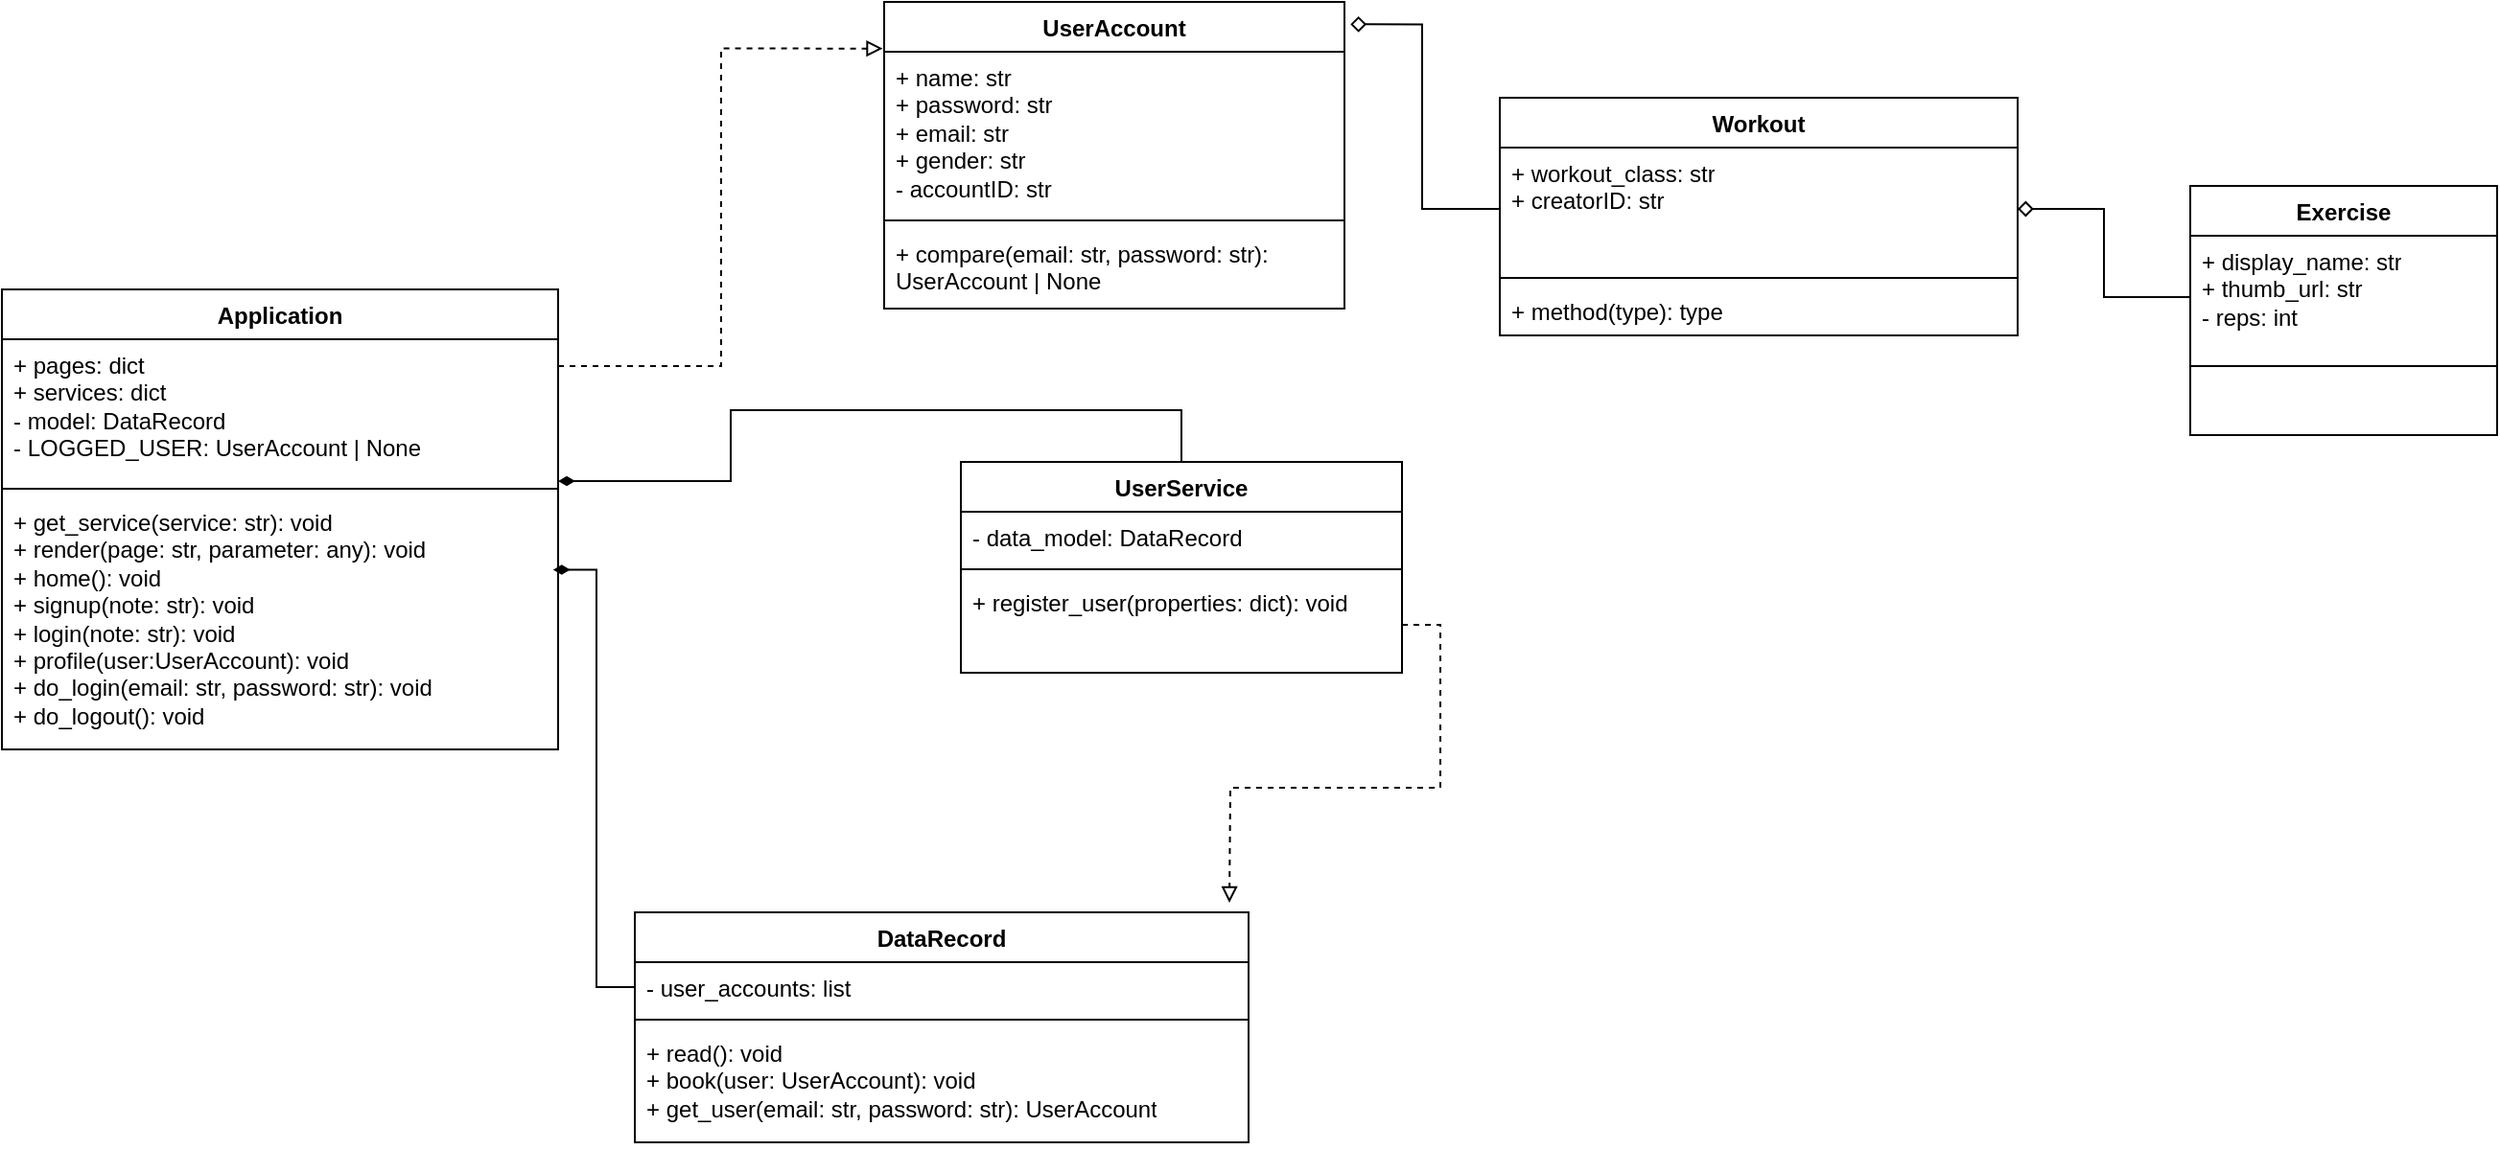
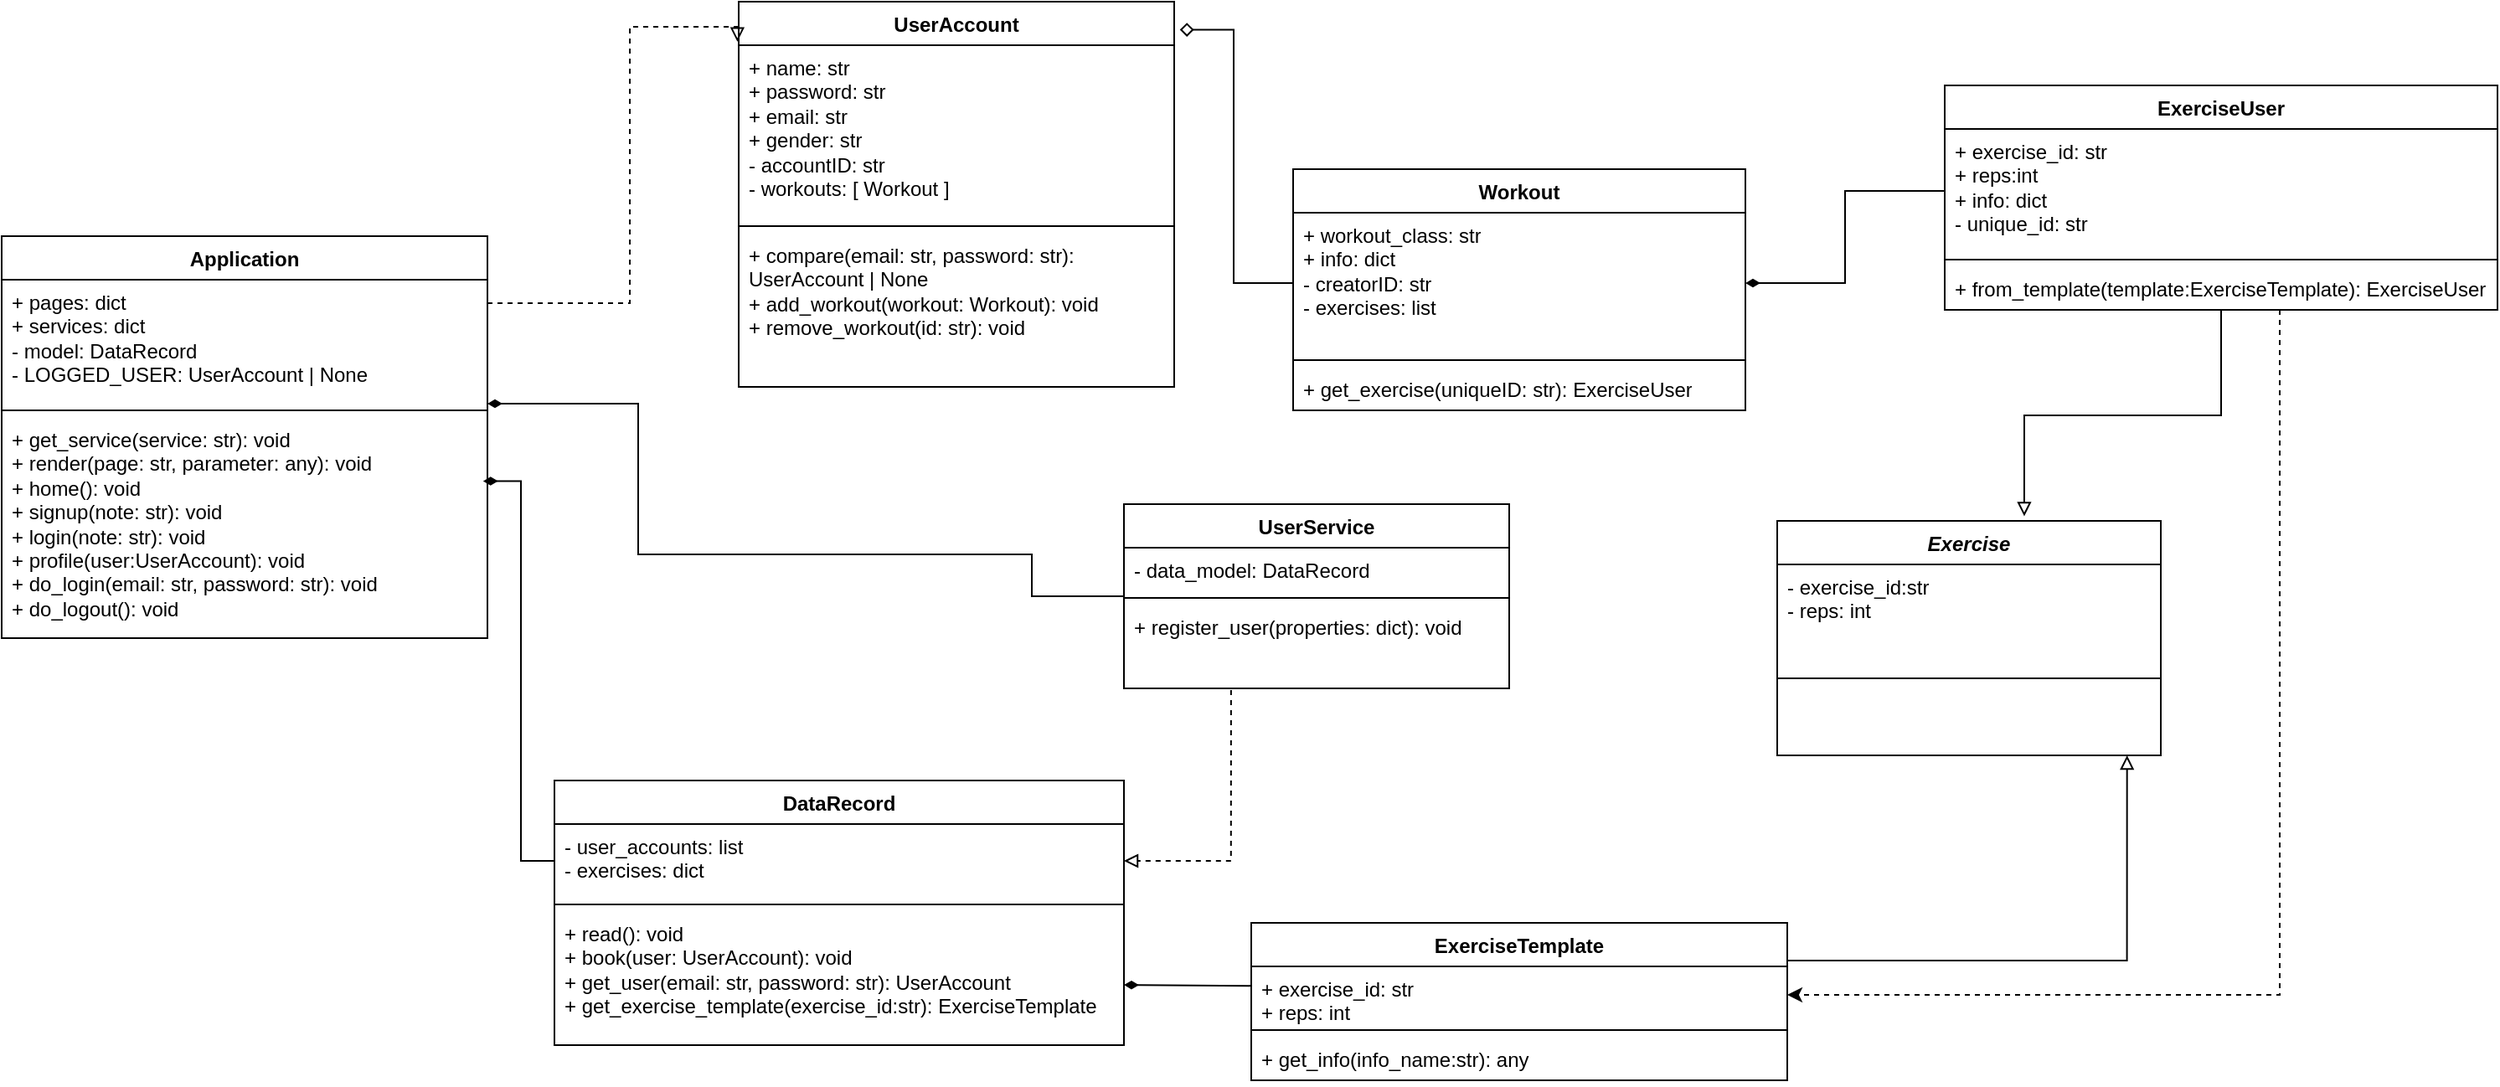
<mxfile host="app.diagrams.net">
  <diagram name="Página-1" id="aXkmDRlyMwQ2WStBM_Wp">
    <mxGraphModel dx="811" dy="446" grid="1" gridSize="10" guides="1" tooltips="1" connect="1" arrows="1" fold="1" page="1" pageScale="1" pageWidth="827" pageHeight="1169" math="0" shadow="0">
      <root>
        <mxCell id="0" />
        <mxCell id="1" parent="0" />
        <mxCell id="LYquEAZWWFnkUJzXkTmv-1" parent="1" style="swimlane;fontStyle=1;align=center;verticalAlign=top;childLayout=stackLayout;horizontal=1;startSize=26;horizontalStack=0;resizeParent=1;resizeParentMax=0;resizeLast=0;collapsible=1;marginBottom=0;whiteSpace=wrap;html=1;" value="UserAccount" vertex="1">
-           <mxGeometry height="160" width="240" x="660" y="50" as="geometry" />
+           <mxGeometry height="230" width="260" x="640" y="60" as="geometry" />
        </mxCell>
-         <mxCell id="LYquEAZWWFnkUJzXkTmv-2" parent="LYquEAZWWFnkUJzXkTmv-1" style="text;strokeColor=none;fillColor=none;align=left;verticalAlign=top;spacingLeft=4;spacingRight=4;overflow=hidden;rotatable=0;points=[[0,0.5],[1,0.5]];portConstraint=eastwest;whiteSpace=wrap;html=1;" value="+ name: str&lt;div&gt;+ password: str&lt;/div&gt;&lt;div&gt;+ email: str&lt;/div&gt;&lt;div&gt;+ gender: str&lt;/div&gt;&lt;div&gt;- accountID: str&lt;/div&gt;&lt;div&gt;&lt;br&gt;&lt;/div&gt;" vertex="1">
-           <mxGeometry height="84" width="240" y="26" as="geometry" />
+         <mxCell id="LYquEAZWWFnkUJzXkTmv-2" parent="LYquEAZWWFnkUJzXkTmv-1" style="text;strokeColor=none;fillColor=none;align=left;verticalAlign=top;spacingLeft=4;spacingRight=4;overflow=hidden;rotatable=0;points=[[0,0.5],[1,0.5]];portConstraint=eastwest;whiteSpace=wrap;html=1;" value="+ name: str&lt;div&gt;+ password: str&lt;/div&gt;&lt;div&gt;+ email: str&lt;/div&gt;&lt;div&gt;+ gender: str&lt;/div&gt;&lt;div&gt;- accountID: str&lt;/div&gt;&lt;div&gt;- workouts: [ Workout ]&lt;/div&gt;&lt;div&gt;&lt;br&gt;&lt;/div&gt;" vertex="1">
+           <mxGeometry height="104" width="260" y="26" as="geometry" />
        </mxCell>
        <mxCell id="LYquEAZWWFnkUJzXkTmv-3" parent="LYquEAZWWFnkUJzXkTmv-1" style="line;strokeWidth=1;fillColor=none;align=left;verticalAlign=middle;spacingTop=-1;spacingLeft=3;spacingRight=3;rotatable=0;labelPosition=right;points=[];portConstraint=eastwest;strokeColor=inherit;" value="" vertex="1">
-           <mxGeometry height="8" width="240" y="110" as="geometry" />
+           <mxGeometry height="8" width="260" y="130" as="geometry" />
        </mxCell>
-         <mxCell id="LYquEAZWWFnkUJzXkTmv-4" parent="LYquEAZWWFnkUJzXkTmv-1" style="text;strokeColor=none;fillColor=none;align=left;verticalAlign=top;spacingLeft=4;spacingRight=4;overflow=hidden;rotatable=0;points=[[0,0.5],[1,0.5]];portConstraint=eastwest;whiteSpace=wrap;html=1;" value="+ compare(email: str, password: str): UserAccount | None" vertex="1">
-           <mxGeometry height="42" width="240" y="118" as="geometry" />
+         <mxCell id="LYquEAZWWFnkUJzXkTmv-4" parent="LYquEAZWWFnkUJzXkTmv-1" style="text;strokeColor=none;fillColor=none;align=left;verticalAlign=top;spacingLeft=4;spacingRight=4;overflow=hidden;rotatable=0;points=[[0,0.5],[1,0.5]];portConstraint=eastwest;whiteSpace=wrap;html=1;" value="+ compare(email: str, password: str): UserAccount | None&lt;div&gt;+ add_workout(workout: Workout): void&lt;/div&gt;&lt;div&gt;+ remove_workout(id: str): void&lt;/div&gt;&lt;div&gt;&lt;br&gt;&lt;/div&gt;" vertex="1">
+           <mxGeometry height="92" width="260" y="138" as="geometry" />
        </mxCell>
        <mxCell id="LYquEAZWWFnkUJzXkTmv-5" parent="1" style="swimlane;fontStyle=1;align=center;verticalAlign=top;childLayout=stackLayout;horizontal=1;startSize=26;horizontalStack=0;resizeParent=1;resizeParentMax=0;resizeLast=0;collapsible=1;marginBottom=0;whiteSpace=wrap;html=1;" value="Application" vertex="1">
          <mxGeometry height="240" width="290" x="200" y="200" as="geometry" />
        </mxCell>
        <mxCell id="LYquEAZWWFnkUJzXkTmv-6" parent="LYquEAZWWFnkUJzXkTmv-5" style="text;strokeColor=none;fillColor=none;align=left;verticalAlign=top;spacingLeft=4;spacingRight=4;overflow=hidden;rotatable=0;points=[[0,0.5],[1,0.5]];portConstraint=eastwest;whiteSpace=wrap;html=1;" value="+ pages: dict&lt;div&gt;+ services: dict&lt;br&gt;&lt;div&gt;- model: DataRecord&lt;/div&gt;&lt;div&gt;- LOGGED_USER: UserAccount | None&lt;/div&gt;&lt;div&gt;&lt;br&gt;&lt;/div&gt;&lt;/div&gt;" vertex="1">
          <mxGeometry height="74" width="290" y="26" as="geometry" />
        </mxCell>
        <mxCell id="LYquEAZWWFnkUJzXkTmv-7" parent="LYquEAZWWFnkUJzXkTmv-5" style="line;strokeWidth=1;fillColor=none;align=left;verticalAlign=middle;spacingTop=-1;spacingLeft=3;spacingRight=3;rotatable=0;labelPosition=right;points=[];portConstraint=eastwest;strokeColor=inherit;" value="" vertex="1">
          <mxGeometry height="8" width="290" y="100" as="geometry" />
        </mxCell>
        <mxCell id="LYquEAZWWFnkUJzXkTmv-8" parent="LYquEAZWWFnkUJzXkTmv-5" style="text;strokeColor=none;fillColor=none;align=left;verticalAlign=top;spacingLeft=4;spacingRight=4;overflow=hidden;rotatable=0;points=[[0,0.5],[1,0.5]];portConstraint=eastwest;whiteSpace=wrap;html=1;" value="+ get_service(service: str): void&lt;div&gt;+ render(page: str, parameter: any): void&lt;/div&gt;&lt;div&gt;+ home(): void&lt;/div&gt;&lt;div&gt;+ signup(note: str): void&lt;/div&gt;&lt;div&gt;+ login(note: str): void&lt;/div&gt;&lt;div&gt;+ profile(user:UserAccount): void&lt;/div&gt;&lt;div&gt;+ do_login(email: str, password: str): void&lt;/div&gt;&lt;div&gt;+ do_logout(): void&lt;/div&gt;&lt;div&gt;&lt;br&gt;&lt;/div&gt;&lt;div&gt;&lt;br&gt;&lt;/div&gt;" vertex="1">
          <mxGeometry height="132" width="290" y="108" as="geometry" />
        </mxCell>
        <mxCell id="LYquEAZWWFnkUJzXkTmv-9" parent="1" style="swimlane;fontStyle=1;align=center;verticalAlign=top;childLayout=stackLayout;horizontal=1;startSize=26;horizontalStack=0;resizeParent=1;resizeParentMax=0;resizeLast=0;collapsible=1;marginBottom=0;whiteSpace=wrap;html=1;" value="UserService" vertex="1">
-           <mxGeometry height="110" width="230" x="700" y="290" as="geometry" />
+           <mxGeometry height="110" width="230" x="870" y="360" as="geometry" />
        </mxCell>
        <mxCell id="LYquEAZWWFnkUJzXkTmv-10" parent="LYquEAZWWFnkUJzXkTmv-9" style="text;strokeColor=none;fillColor=none;align=left;verticalAlign=top;spacingLeft=4;spacingRight=4;overflow=hidden;rotatable=0;points=[[0,0.5],[1,0.5]];portConstraint=eastwest;whiteSpace=wrap;html=1;" value="- data_model: DataRecord" vertex="1">
          <mxGeometry height="26" width="230" y="26" as="geometry" />
        </mxCell>
        <mxCell id="LYquEAZWWFnkUJzXkTmv-11" parent="LYquEAZWWFnkUJzXkTmv-9" style="line;strokeWidth=1;fillColor=none;align=left;verticalAlign=middle;spacingTop=-1;spacingLeft=3;spacingRight=3;rotatable=0;labelPosition=right;points=[];portConstraint=eastwest;strokeColor=inherit;" value="" vertex="1">
          <mxGeometry height="8" width="230" y="52" as="geometry" />
        </mxCell>
-         <mxCell id="LYquEAZWWFnkUJzXkTmv-25" edge="1" parent="LYquEAZWWFnkUJzXkTmv-9" source="LYquEAZWWFnkUJzXkTmv-12" style="edgeStyle=orthogonalEdgeStyle;rounded=0;orthogonalLoop=1;jettySize=auto;html=1;dashed=1;endArrow=block;endFill=0;">
-           <mxGeometry relative="1" as="geometry">
-             <mxPoint x="140" y="230" as="targetPoint" />
-           </mxGeometry>
-         </mxCell>
        <mxCell id="LYquEAZWWFnkUJzXkTmv-12" parent="LYquEAZWWFnkUJzXkTmv-9" style="text;strokeColor=none;fillColor=none;align=left;verticalAlign=top;spacingLeft=4;spacingRight=4;overflow=hidden;rotatable=0;points=[[0,0.5],[1,0.5]];portConstraint=eastwest;whiteSpace=wrap;html=1;" value="+ register_user(properties: dict): void" vertex="1">
          <mxGeometry height="50" width="230" y="60" as="geometry" />
        </mxCell>
        <mxCell id="LYquEAZWWFnkUJzXkTmv-13" parent="1" style="swimlane;fontStyle=1;align=center;verticalAlign=top;childLayout=stackLayout;horizontal=1;startSize=26;horizontalStack=0;resizeParent=1;resizeParentMax=0;resizeLast=0;collapsible=1;marginBottom=0;whiteSpace=wrap;html=1;" value="DataRecord" vertex="1">
-           <mxGeometry height="120" width="320" x="530" y="525" as="geometry" />
+           <mxGeometry height="158" width="340" x="530" y="525" as="geometry" />
        </mxCell>
-         <mxCell id="LYquEAZWWFnkUJzXkTmv-14" parent="LYquEAZWWFnkUJzXkTmv-13" style="text;strokeColor=none;fillColor=none;align=left;verticalAlign=top;spacingLeft=4;spacingRight=4;overflow=hidden;rotatable=0;points=[[0,0.5],[1,0.5]];portConstraint=eastwest;whiteSpace=wrap;html=1;" value="- user_accounts: list" vertex="1">
-           <mxGeometry height="26" width="320" y="26" as="geometry" />
+         <mxCell id="LYquEAZWWFnkUJzXkTmv-14" parent="LYquEAZWWFnkUJzXkTmv-13" style="text;strokeColor=none;fillColor=none;align=left;verticalAlign=top;spacingLeft=4;spacingRight=4;overflow=hidden;rotatable=0;points=[[0,0.5],[1,0.5]];portConstraint=eastwest;whiteSpace=wrap;html=1;" value="- user_accounts: list&lt;div&gt;- exercises: dict&lt;/div&gt;" vertex="1">
+           <mxGeometry height="44" width="340" y="26" as="geometry" />
        </mxCell>
        <mxCell id="LYquEAZWWFnkUJzXkTmv-15" parent="LYquEAZWWFnkUJzXkTmv-13" style="line;strokeWidth=1;fillColor=none;align=left;verticalAlign=middle;spacingTop=-1;spacingLeft=3;spacingRight=3;rotatable=0;labelPosition=right;points=[];portConstraint=eastwest;strokeColor=inherit;" value="" vertex="1">
-           <mxGeometry height="8" width="320" y="52" as="geometry" />
+           <mxGeometry height="8" width="340" y="70" as="geometry" />
        </mxCell>
-         <mxCell id="LYquEAZWWFnkUJzXkTmv-16" parent="LYquEAZWWFnkUJzXkTmv-13" style="text;strokeColor=none;fillColor=none;align=left;verticalAlign=top;spacingLeft=4;spacingRight=4;overflow=hidden;rotatable=0;points=[[0,0.5],[1,0.5]];portConstraint=eastwest;whiteSpace=wrap;html=1;" value="+ read(): void&lt;div&gt;+ book(user: UserAccount): void&lt;/div&gt;&lt;div&gt;+ get_user(email: str, password: str): UserAccount&lt;/div&gt;" vertex="1">
-           <mxGeometry height="60" width="320" y="60" as="geometry" />
+         <mxCell id="LYquEAZWWFnkUJzXkTmv-16" parent="LYquEAZWWFnkUJzXkTmv-13" style="text;strokeColor=none;fillColor=none;align=left;verticalAlign=top;spacingLeft=4;spacingRight=4;overflow=hidden;rotatable=0;points=[[0,0.5],[1,0.5]];portConstraint=eastwest;whiteSpace=wrap;html=1;" value="+ read(): void&lt;div&gt;+ book(user: UserAccount): void&lt;/div&gt;&lt;div&gt;+ get_user(email: str, password: str): UserAccount&lt;/div&gt;&lt;div&gt;+ get_exercise_template(exercise_id:str): ExerciseTemplate&lt;/div&gt;" vertex="1">
+           <mxGeometry height="80" width="340" y="78" as="geometry" />
        </mxCell>
        <mxCell id="LYquEAZWWFnkUJzXkTmv-19" edge="1" parent="1" source="LYquEAZWWFnkUJzXkTmv-14" style="edgeStyle=orthogonalEdgeStyle;rounded=0;orthogonalLoop=1;jettySize=auto;html=1;entryX=0.991;entryY=0.29;entryDx=0;entryDy=0;entryPerimeter=0;endArrow=diamondThin;endFill=1;" target="LYquEAZWWFnkUJzXkTmv-8">
          <mxGeometry relative="1" as="geometry" />
        </mxCell>
-         <mxCell id="LYquEAZWWFnkUJzXkTmv-20" edge="1" parent="1" source="LYquEAZWWFnkUJzXkTmv-9" style="edgeStyle=orthogonalEdgeStyle;rounded=0;orthogonalLoop=1;jettySize=auto;html=1;endArrow=diamondThin;endFill=1;" target="LYquEAZWWFnkUJzXkTmv-6">
+         <mxCell id="LYquEAZWWFnkUJzXkTmv-20" edge="1" parent="1" style="edgeStyle=orthogonalEdgeStyle;rounded=0;orthogonalLoop=1;jettySize=auto;html=1;endArrow=diamondThin;endFill=1;">
          <mxGeometry relative="1" as="geometry">
            <Array as="points">
-               <mxPoint x="815" y="263" />
-               <mxPoint x="580" y="263" />
+               <mxPoint x="815" y="415" />
+               <mxPoint x="815" y="390" />
+               <mxPoint x="580" y="390" />
              <mxPoint x="580" y="300" />
            </Array>
+             <mxPoint x="870" y="415" as="sourcePoint" />
+             <mxPoint x="490" y="300" as="targetPoint" />
          </mxGeometry>
        </mxCell>
        <mxCell id="LYquEAZWWFnkUJzXkTmv-21" edge="1" parent="1" source="LYquEAZWWFnkUJzXkTmv-6" style="edgeStyle=orthogonalEdgeStyle;rounded=0;orthogonalLoop=1;jettySize=auto;html=1;entryX=-0.003;entryY=-0.02;entryDx=0;entryDy=0;entryPerimeter=0;endArrow=block;endFill=0;dashed=1;" target="LYquEAZWWFnkUJzXkTmv-2">
          <mxGeometry relative="1" as="geometry">
            <Array as="points">
              <mxPoint x="575" y="240" />
              <mxPoint x="575" y="75" />
            </Array>
          </mxGeometry>
        </mxCell>
        <mxCell id="pA-n8ix1HD8S972a-Xrt-1" parent="1" style="swimlane;fontStyle=1;align=center;verticalAlign=top;childLayout=stackLayout;horizontal=1;startSize=26;horizontalStack=0;resizeParent=1;resizeParentMax=0;resizeLast=0;collapsible=1;marginBottom=0;whiteSpace=wrap;html=1;" value="Workout" vertex="1">
-           <mxGeometry height="124" width="270" x="981" y="100" as="geometry">
+           <mxGeometry height="144" width="270" x="971" y="160" as="geometry">
            <mxRectangle height="30" width="80" x="1040" y="260" as="alternateBounds" />
          </mxGeometry>
        </mxCell>
-         <mxCell id="pA-n8ix1HD8S972a-Xrt-2" parent="pA-n8ix1HD8S972a-Xrt-1" style="text;strokeColor=none;fillColor=none;align=left;verticalAlign=top;spacingLeft=4;spacingRight=4;overflow=hidden;rotatable=0;points=[[0,0.5],[1,0.5]];portConstraint=eastwest;whiteSpace=wrap;html=1;" value="+ workout_class: str&lt;div&gt;+ creatorID: str&lt;/div&gt;&lt;div&gt;&lt;br&gt;&lt;/div&gt;" vertex="1">
-           <mxGeometry height="64" width="270" y="26" as="geometry" />
+         <mxCell id="pA-n8ix1HD8S972a-Xrt-2" parent="pA-n8ix1HD8S972a-Xrt-1" style="text;strokeColor=none;fillColor=none;align=left;verticalAlign=top;spacingLeft=4;spacingRight=4;overflow=hidden;rotatable=0;points=[[0,0.5],[1,0.5]];portConstraint=eastwest;whiteSpace=wrap;html=1;" value="+ workout_class: str&lt;div&gt;+ info: dict&lt;br&gt;&lt;div&gt;- creatorID: str&lt;/div&gt;&lt;div&gt;- exercises: list&lt;/div&gt;&lt;div&gt;&lt;br&gt;&lt;/div&gt;&lt;div&gt;&lt;br&gt;&lt;/div&gt;&lt;div&gt;&lt;br&gt;&lt;/div&gt;&lt;/div&gt;" vertex="1">
+           <mxGeometry height="84" width="270" y="26" as="geometry" />
        </mxCell>
        <mxCell id="pA-n8ix1HD8S972a-Xrt-3" parent="pA-n8ix1HD8S972a-Xrt-1" style="line;strokeWidth=1;fillColor=none;align=left;verticalAlign=middle;spacingTop=-1;spacingLeft=3;spacingRight=3;rotatable=0;labelPosition=right;points=[];portConstraint=eastwest;strokeColor=inherit;" value="" vertex="1">
-           <mxGeometry height="8" width="270" y="90" as="geometry" />
+           <mxGeometry height="8" width="270" y="110" as="geometry" />
        </mxCell>
-         <mxCell id="pA-n8ix1HD8S972a-Xrt-4" parent="pA-n8ix1HD8S972a-Xrt-1" style="text;strokeColor=none;fillColor=none;align=left;verticalAlign=top;spacingLeft=4;spacingRight=4;overflow=hidden;rotatable=0;points=[[0,0.5],[1,0.5]];portConstraint=eastwest;whiteSpace=wrap;html=1;" value="+ method(type): type" vertex="1">
-           <mxGeometry height="26" width="270" y="98" as="geometry" />
+         <mxCell id="pA-n8ix1HD8S972a-Xrt-4" parent="pA-n8ix1HD8S972a-Xrt-1" style="text;strokeColor=none;fillColor=none;align=left;verticalAlign=top;spacingLeft=4;spacingRight=4;overflow=hidden;rotatable=0;points=[[0,0.5],[1,0.5]];portConstraint=eastwest;whiteSpace=wrap;html=1;" value="&lt;div&gt;+ get_exercise(uniqueID: str): ExerciseUser&lt;/div&gt;&lt;div&gt;&lt;br&gt;&lt;/div&gt;" vertex="1">
+           <mxGeometry height="26" width="270" y="118" as="geometry" />
        </mxCell>
-         <mxCell id="hraiiG_zy1ABE3OvXf_5-1" parent="1" style="swimlane;fontStyle=1;align=center;verticalAlign=top;childLayout=stackLayout;horizontal=1;startSize=26;horizontalStack=0;resizeParent=1;resizeParentMax=0;resizeLast=0;collapsible=1;marginBottom=0;whiteSpace=wrap;html=1;" value="Exercise" vertex="1">
-           <mxGeometry height="130" width="160" x="1341" y="146" as="geometry" />
+         <mxCell id="hraiiG_zy1ABE3OvXf_5-1" parent="1" style="swimlane;fontStyle=1;align=center;verticalAlign=top;childLayout=stackLayout;horizontal=1;startSize=26;horizontalStack=0;resizeParent=1;resizeParentMax=0;resizeLast=0;collapsible=1;marginBottom=0;whiteSpace=wrap;html=1;" value="&lt;i&gt;Exercise&lt;/i&gt;" vertex="1">
+           <mxGeometry height="140" width="229" x="1260" y="370" as="geometry" />
        </mxCell>
-         <mxCell id="hraiiG_zy1ABE3OvXf_5-2" parent="hraiiG_zy1ABE3OvXf_5-1" style="text;strokeColor=none;fillColor=none;align=left;verticalAlign=top;spacingLeft=4;spacingRight=4;overflow=hidden;rotatable=0;points=[[0,0.5],[1,0.5]];portConstraint=eastwest;whiteSpace=wrap;html=1;" value="+ display_name: str&lt;div&gt;+ thumb_url: str&lt;/div&gt;&lt;div&gt;- reps: int&lt;/div&gt;&lt;div&gt;&lt;br&gt;&lt;/div&gt;&lt;div&gt;&lt;br&gt;&lt;/div&gt;" vertex="1">
-           <mxGeometry height="64" width="160" y="26" as="geometry" />
+         <mxCell id="hraiiG_zy1ABE3OvXf_5-2" parent="hraiiG_zy1ABE3OvXf_5-1" style="text;strokeColor=none;fillColor=none;align=left;verticalAlign=top;spacingLeft=4;spacingRight=4;overflow=hidden;rotatable=0;points=[[0,0.5],[1,0.5]];portConstraint=eastwest;whiteSpace=wrap;html=1;" value="- exercise_id:str&lt;br&gt;&lt;div&gt;- reps: int&lt;/div&gt;&lt;div&gt;&lt;br&gt;&lt;/div&gt;&lt;div&gt;&lt;br&gt;&lt;/div&gt;" vertex="1">
+           <mxGeometry height="64" width="229" y="26" as="geometry" />
        </mxCell>
        <mxCell id="hraiiG_zy1ABE3OvXf_5-3" parent="hraiiG_zy1ABE3OvXf_5-1" style="line;strokeWidth=1;fillColor=none;align=left;verticalAlign=middle;spacingTop=-1;spacingLeft=3;spacingRight=3;rotatable=0;labelPosition=right;points=[];portConstraint=eastwest;strokeColor=inherit;" value="" vertex="1">
-           <mxGeometry height="8" width="160" y="90" as="geometry" />
+           <mxGeometry height="8" width="229" y="90" as="geometry" />
        </mxCell>
        <mxCell id="hraiiG_zy1ABE3OvXf_5-4" parent="hraiiG_zy1ABE3OvXf_5-1" style="text;strokeColor=none;fillColor=none;align=left;verticalAlign=top;spacingLeft=4;spacingRight=4;overflow=hidden;rotatable=0;points=[[0,0.5],[1,0.5]];portConstraint=eastwest;whiteSpace=wrap;html=1;" value="&lt;div&gt;&lt;br&gt;&lt;/div&gt;&lt;div&gt;&lt;br&gt;&lt;/div&gt;" vertex="1">
-           <mxGeometry height="32" width="160" y="98" as="geometry" />
-         </mxCell>
-         <mxCell id="hraiiG_zy1ABE3OvXf_5-5" edge="1" parent="1" source="hraiiG_zy1ABE3OvXf_5-2" style="edgeStyle=orthogonalEdgeStyle;rounded=0;orthogonalLoop=1;jettySize=auto;html=1;entryX=1;entryY=0.5;entryDx=0;entryDy=0;endArrow=diamond;endFill=0;" target="pA-n8ix1HD8S972a-Xrt-2">
-           <mxGeometry relative="1" as="geometry" />
+           <mxGeometry height="42" width="229" y="98" as="geometry" />
        </mxCell>
        <mxCell id="hraiiG_zy1ABE3OvXf_5-6" edge="1" parent="1" source="pA-n8ix1HD8S972a-Xrt-2" style="edgeStyle=orthogonalEdgeStyle;rounded=0;orthogonalLoop=1;jettySize=auto;html=1;entryX=1.013;entryY=0.073;entryDx=0;entryDy=0;entryPerimeter=0;endArrow=diamond;endFill=0;" target="LYquEAZWWFnkUJzXkTmv-1">
          <mxGeometry relative="1" as="geometry" />
+         </mxCell>
+         <mxCell id="LYquEAZWWFnkUJzXkTmv-25" edge="1" parent="1" source="LYquEAZWWFnkUJzXkTmv-12" style="edgeStyle=orthogonalEdgeStyle;rounded=0;orthogonalLoop=1;jettySize=auto;html=1;dashed=1;endArrow=block;endFill=0;entryX=1;entryY=0.5;entryDx=0;entryDy=0;exitX=0.278;exitY=1.02;exitDx=0;exitDy=0;exitPerimeter=0;" target="LYquEAZWWFnkUJzXkTmv-14">
+           <mxGeometry relative="1" as="geometry">
+             <mxPoint x="1010" y="590" as="targetPoint" />
+           </mxGeometry>
+         </mxCell>
+         <mxCell id="IxqdElt4uBOisORJM7L0-9" edge="1" parent="1" source="IxqdElt4uBOisORJM7L0-5" style="edgeStyle=orthogonalEdgeStyle;rounded=0;orthogonalLoop=1;jettySize=auto;html=1;entryX=0.644;entryY=-0.02;entryDx=0;entryDy=0;endArrow=block;endFill=0;entryPerimeter=0;" target="hraiiG_zy1ABE3OvXf_5-1">
+           <mxGeometry relative="1" as="geometry" />
+         </mxCell>
+         <mxCell id="x-YDw1Wd8tnh3xzecrl7-1" edge="1" parent="1" source="IxqdElt4uBOisORJM7L0-5" style="edgeStyle=orthogonalEdgeStyle;rounded=0;orthogonalLoop=1;jettySize=auto;html=1;dashed=1;entryX=1;entryY=0.5;entryDx=0;entryDy=0;" target="cOMM9fWELAClXqJDvUJv-4">
+           <mxGeometry relative="1" as="geometry">
+             <Array as="points">
+               <mxPoint x="1560" y="653" />
+             </Array>
+             <mxPoint x="1290" y="660" as="targetPoint" />
+           </mxGeometry>
+         </mxCell>
+         <mxCell id="IxqdElt4uBOisORJM7L0-5" parent="1" style="swimlane;fontStyle=1;align=center;verticalAlign=top;childLayout=stackLayout;horizontal=1;startSize=26;horizontalStack=0;resizeParent=1;resizeParentMax=0;resizeLast=0;collapsible=1;marginBottom=0;whiteSpace=wrap;html=1;" value="&lt;div&gt;ExerciseUser&lt;/div&gt;" vertex="1">
+           <mxGeometry height="134" width="330" x="1360" y="110" as="geometry" />
+         </mxCell>
+         <mxCell id="IxqdElt4uBOisORJM7L0-6" parent="IxqdElt4uBOisORJM7L0-5" style="text;strokeColor=none;fillColor=none;align=left;verticalAlign=top;spacingLeft=4;spacingRight=4;overflow=hidden;rotatable=0;points=[[0,0.5],[1,0.5]];portConstraint=eastwest;whiteSpace=wrap;html=1;" value="+ exercise_id: str&lt;div&gt;+ reps:int&lt;/div&gt;&lt;div&gt;+ info: dict&lt;/div&gt;&lt;div&gt;- unique_id: str&lt;/div&gt;" vertex="1">
+           <mxGeometry height="74" width="330" y="26" as="geometry" />
+         </mxCell>
+         <mxCell id="IxqdElt4uBOisORJM7L0-7" parent="IxqdElt4uBOisORJM7L0-5" style="line;strokeWidth=1;fillColor=none;align=left;verticalAlign=middle;spacingTop=-1;spacingLeft=3;spacingRight=3;rotatable=0;labelPosition=right;points=[];portConstraint=eastwest;strokeColor=inherit;" value="" vertex="1">
+           <mxGeometry height="8" width="330" y="100" as="geometry" />
+         </mxCell>
+         <mxCell id="IxqdElt4uBOisORJM7L0-8" parent="IxqdElt4uBOisORJM7L0-5" style="text;strokeColor=none;fillColor=none;align=left;verticalAlign=top;spacingLeft=4;spacingRight=4;overflow=hidden;rotatable=0;points=[[0,0.5],[1,0.5]];portConstraint=eastwest;whiteSpace=wrap;html=1;" value="+ from_template(template:ExerciseTemplate): ExerciseUser" vertex="1">
+           <mxGeometry height="26" width="330" y="108" as="geometry" />
+         </mxCell>
+         <mxCell id="IxqdElt4uBOisORJM7L0-11" edge="1" parent="1" source="IxqdElt4uBOisORJM7L0-6" style="edgeStyle=orthogonalEdgeStyle;rounded=0;orthogonalLoop=1;jettySize=auto;html=1;entryX=1;entryY=0.5;entryDx=0;entryDy=0;endArrow=diamondThin;endFill=1;" target="pA-n8ix1HD8S972a-Xrt-2">
+           <mxGeometry relative="1" as="geometry" />
+         </mxCell>
+         <mxCell id="cOMM9fWELAClXqJDvUJv-7" edge="1" parent="1" source="cOMM9fWELAClXqJDvUJv-4" style="edgeStyle=orthogonalEdgeStyle;rounded=0;orthogonalLoop=1;jettySize=auto;html=1;exitX=0;exitY=0.34;exitDx=0;exitDy=0;endArrow=diamondThin;endFill=1;entryX=1.004;entryY=0.589;entryDx=0;entryDy=0;entryPerimeter=0;exitPerimeter=0;">
+           <mxGeometry relative="1" as="geometry">
+             <Array as="points">
+               <mxPoint x="945" y="648" />
+             </Array>
+             <mxPoint x="944.64" y="649.9400000000002" as="sourcePoint" />
+             <mxPoint x="869.9999999999999" y="647.0600000000001" as="targetPoint" />
+           </mxGeometry>
+         </mxCell>
+         <mxCell id="cOMM9fWELAClXqJDvUJv-8" edge="1" parent="1" source="cOMM9fWELAClXqJDvUJv-4" style="edgeStyle=orthogonalEdgeStyle;rounded=0;orthogonalLoop=1;jettySize=auto;html=1;exitX=0.996;exitY=-0.103;exitDx=0;exitDy=0;exitPerimeter=0;entryX=0.912;entryY=1;entryDx=0;entryDy=0;entryPerimeter=0;endArrow=block;endFill=0;" target="hraiiG_zy1ABE3OvXf_5-4">
+           <mxGeometry relative="1" as="geometry">
+             <mxPoint x="1460" y="520" as="targetPoint" />
+           </mxGeometry>
+         </mxCell>
+         <mxCell id="cOMM9fWELAClXqJDvUJv-3" parent="1" style="swimlane;fontStyle=1;align=center;verticalAlign=top;childLayout=stackLayout;horizontal=1;startSize=26;horizontalStack=0;resizeParent=1;resizeParentMax=0;resizeLast=0;collapsible=1;marginBottom=0;whiteSpace=wrap;html=1;" value="ExerciseTemplate&lt;div&gt;&lt;br&gt;&lt;/div&gt;" vertex="1">
+           <mxGeometry height="94" width="320" x="946" y="610" as="geometry" />
+         </mxCell>
+         <mxCell id="cOMM9fWELAClXqJDvUJv-4" parent="cOMM9fWELAClXqJDvUJv-3" style="text;strokeColor=none;fillColor=none;align=left;verticalAlign=top;spacingLeft=4;spacingRight=4;overflow=hidden;rotatable=0;points=[[0,0.5],[1,0.5]];portConstraint=eastwest;whiteSpace=wrap;html=1;" value="+ exercise_id: str&lt;div&gt;+ reps: int&lt;/div&gt;" vertex="1">
+           <mxGeometry height="34" width="320" y="26" as="geometry" />
+         </mxCell>
+         <mxCell id="cOMM9fWELAClXqJDvUJv-5" parent="cOMM9fWELAClXqJDvUJv-3" style="line;strokeWidth=1;fillColor=none;align=left;verticalAlign=middle;spacingTop=-1;spacingLeft=3;spacingRight=3;rotatable=0;labelPosition=right;points=[];portConstraint=eastwest;strokeColor=inherit;" value="" vertex="1">
+           <mxGeometry height="8" width="320" y="60" as="geometry" />
+         </mxCell>
+         <mxCell id="cOMM9fWELAClXqJDvUJv-6" parent="cOMM9fWELAClXqJDvUJv-3" style="text;strokeColor=none;fillColor=none;align=left;verticalAlign=top;spacingLeft=4;spacingRight=4;overflow=hidden;rotatable=0;points=[[0,0.5],[1,0.5]];portConstraint=eastwest;whiteSpace=wrap;html=1;" value="+ get_info(info_name:str): any" vertex="1">
+           <mxGeometry height="26" width="320" y="68" as="geometry" />
        </mxCell>
      </root>
    </mxGraphModel>
  </diagram>
</mxfile>
